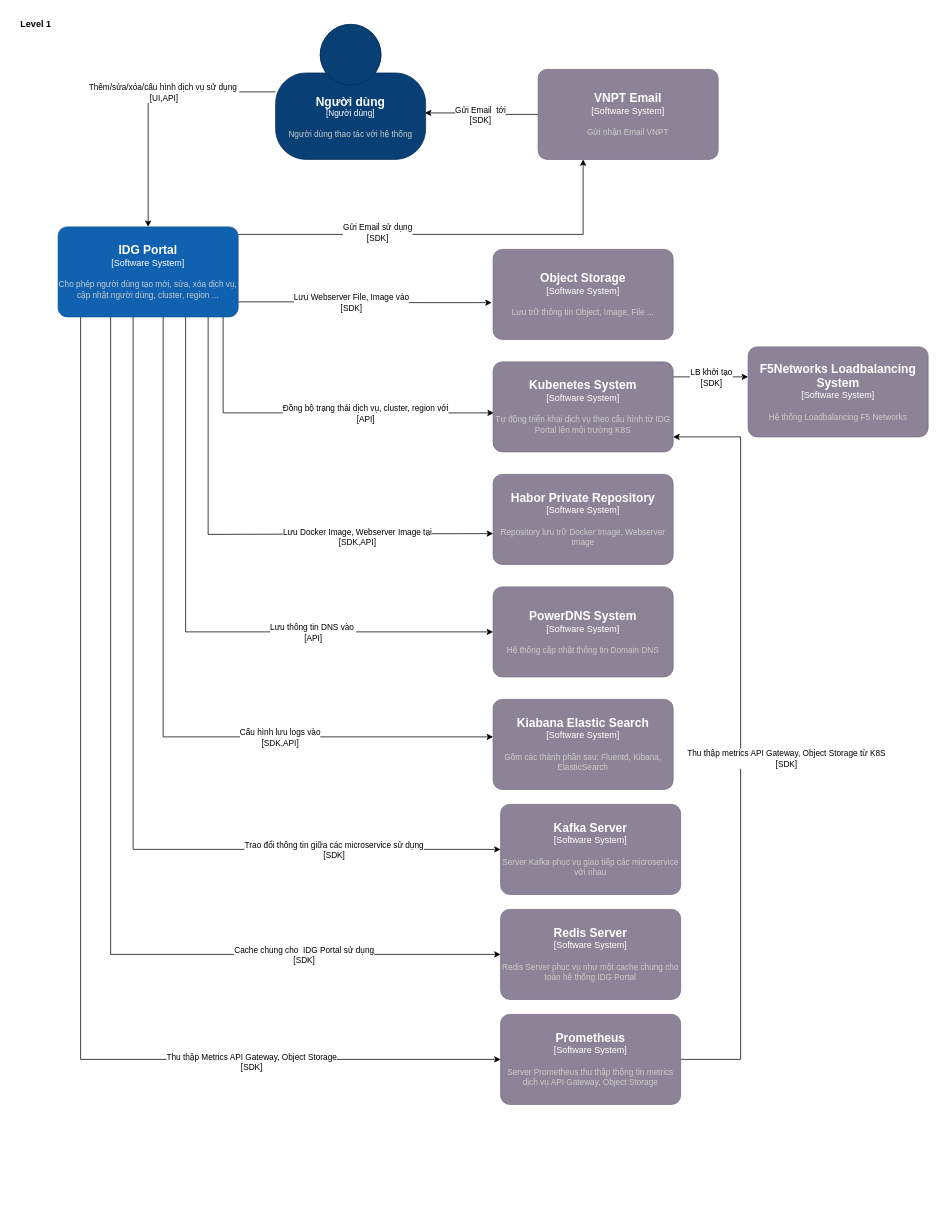
dangngocsoncntt/draw.io keeps this draw.io diagram as IDG-Portal.drawio. Above is the earlier version. Source tidied: cells renumbered, new cells numbered last; positions are measured from the earlier drawing's top-left corner, leaving out a move shared by most shapes. Both pictures are drawn from the tidied source at 75%, with x=0, y=0 at pixel (13, 13).
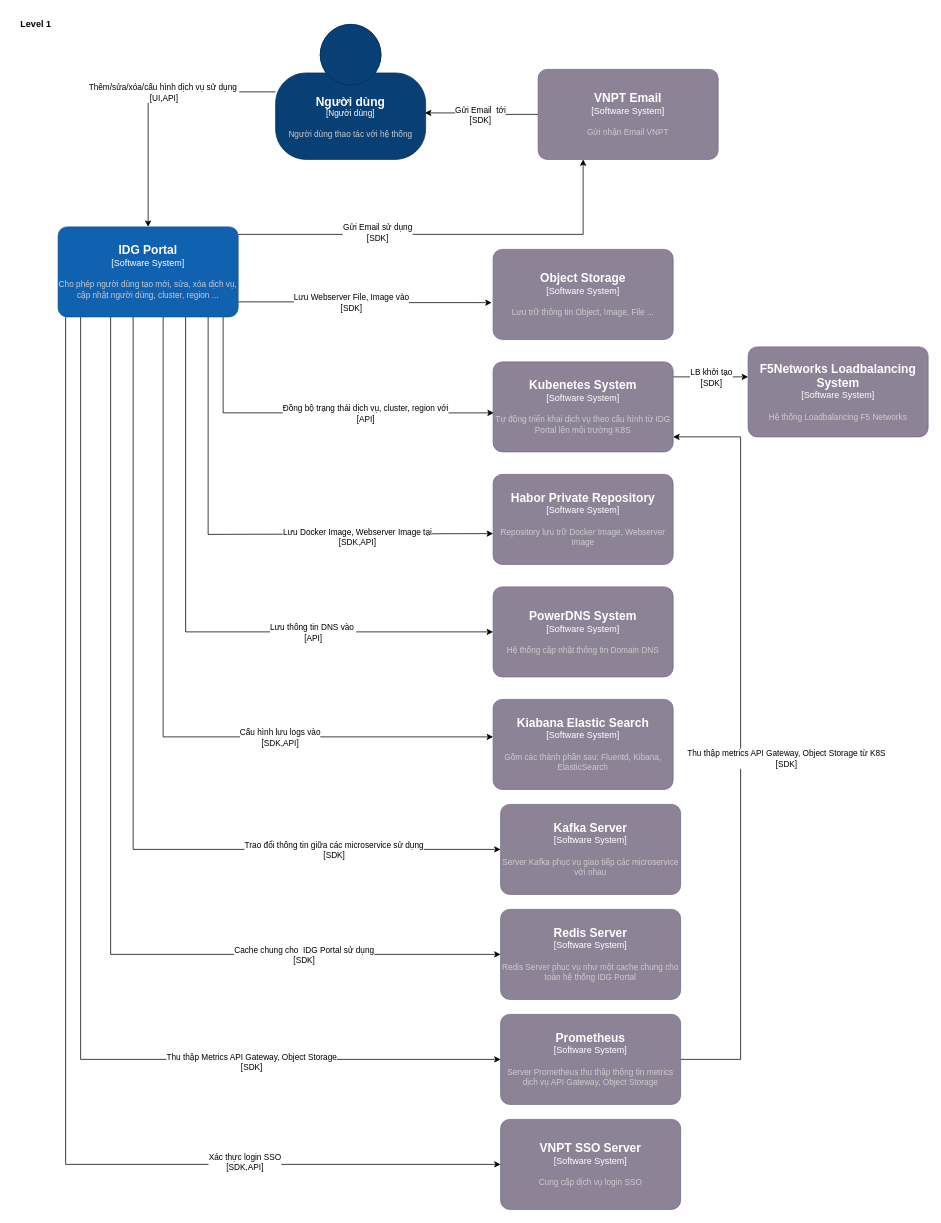
After the change.

The change refers to these unchanged cells:
```xml
<object id="23" label="&lt;font style=&quot;font-size: 16px&quot;&gt;&lt;b&gt;%c4Name%&lt;/b&gt;&lt;/font&gt;&lt;div&gt;[%c4Type%]&lt;/div&gt;&lt;br&gt;&lt;div&gt;&lt;font style=&quot;font-size: 11px&quot;&gt;&lt;font color=&quot;#cccccc&quot;&gt;%c4Description%&lt;/font&gt;&lt;/div&gt;" c4Description="Cho phép người dùng tạo mới, sửa, xóa dịch vụ, cập nhật người dùng, cluster, region ..." c4Name="IDG Portal" c4Type="Software System" placeholders="1">
  <mxCell style="rounded=1;whiteSpace=wrap;html=1;labelBackgroundColor=none;fillColor=#1061B0;fontColor=#ffffff;align=center;arcSize=10;strokeColor=#0D5091;points=[[0.25,0,0],[0.5,0,0],[0.75,0,0],[1,0.25,0],[1,0.5,0],[1,0.75,0],[0.75,1,0],[0.5,1,0],[0.25,1,0],[0,0.75,0],[0,0.5,0],[0,0.25,0]];" parent="1" vertex="1">
    <mxGeometry x="60" y="285" width="240" height="120" as="geometry" />
  </mxCell>
</object>
```

Change to the diagram source:
```diff
@@
+    <mxCell id="41" style="edgeStyle=orthogonalEdgeStyle;rounded=0;jettySize=auto;html=1;" parent="1" edge="1" source="23" target="43">
+      <mxGeometry relative="1" as="geometry">
+        <Array as="points">
+          <mxPoint x="70" y="1535" />
+        </Array>
+      </mxGeometry>
+    </mxCell>
+    <mxCell id="42" value="Xác thực login SSO&lt;br&gt;[SDK,API]" style="edgeLabel;html=1;align=center;verticalAlign=middle;" parent="41" vertex="1">
+      <mxGeometry x="0.6" y="4" relative="1" as="geometry" />
+    </mxCell>
@@
+    <object id="43" label="&lt;font style=&quot;font-size: 16px&quot;&gt;&lt;b&gt;%c4Name%&lt;/b&gt;&lt;/font&gt;&lt;div&gt;[%c4Type%]&lt;/div&gt;&lt;br&gt;&lt;div&gt;&lt;font style=&quot;font-size: 11px&quot;&gt;&lt;font color=&quot;#cccccc&quot;&gt;%c4Description%&lt;/font&gt;&lt;/div&gt;" c4Description="Cung cấp dịch vụ login SSO" c4Name="VNPT SSO Server" c4Type="Software System" placeholders="1">
+      <mxCell style="rounded=1;whiteSpace=wrap;html=1;labelBackgroundColor=none;fillColor=#8C8496;fontColor=#ffffff;align=center;arcSize=10;strokeColor=#736782;points=[[0.25,0,0],[0.5,0,0],[0.75,0,0],[1,0.25,0],[1,0.5,0],[1,0.75,0],[0.75,1,0],[0.5,1,0],[0.25,1,0],[0,0.75,0],[0,0.5,0],[0,0.25,0]];" parent="1" vertex="1">
+        <mxGeometry x="650" y="1475" width="240" height="120" as="geometry" />
+      </mxCell>
+    </object>
```
